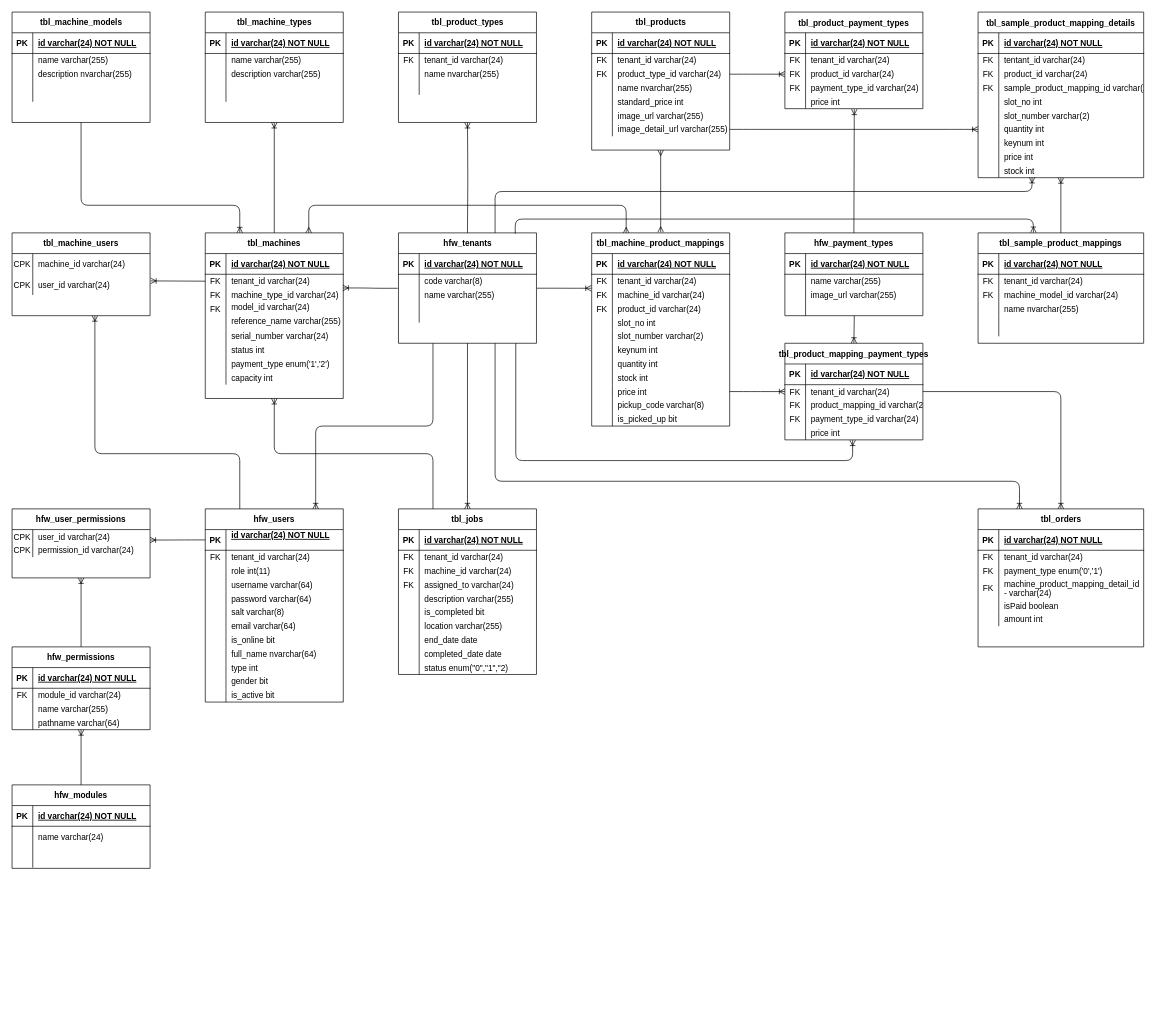
wardus3105/alphatest keeps this draw.io diagram as Untitled Diagram.drawio. Above is the earlier version. Source tidied: cells renumbered, new cells numbered last; positions are measured from the earlier drawing's top-left corner, leaving out a move shared by most shapes. Both pictures are drawn from the tidied source at 69%, with x=0, y=0 at pixel (12, 12).
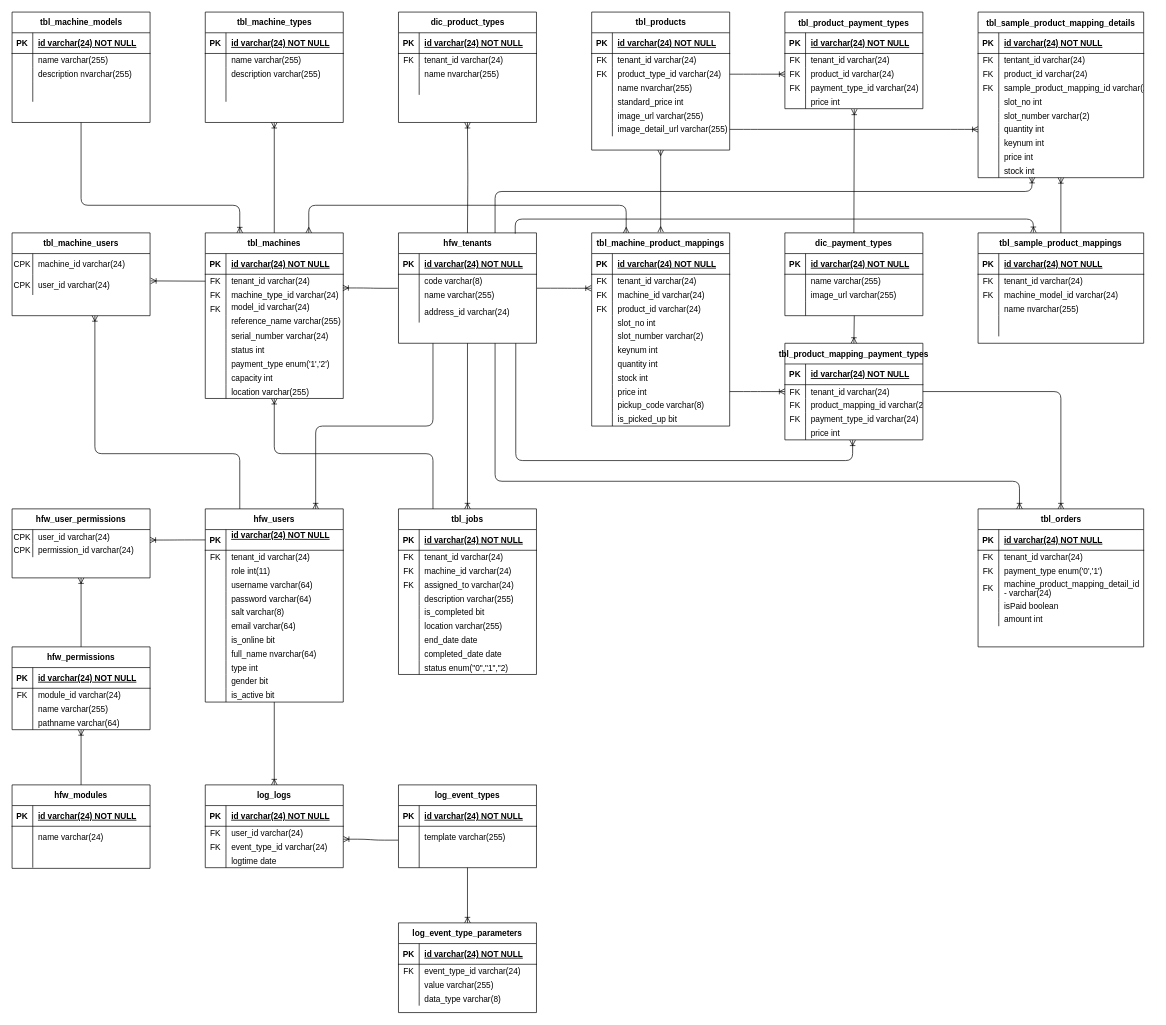
The same diagram, later.

Unchanged cells that the change refers to:
```xml
<mxCell id="2" value="tbl_machines" style="shape=table;startSize=30;childLayout=tableLayout;rowLines=0;fontStyle=1;align=center;" parent="1" vertex="1">
  <mxGeometry x="280" y="320" width="200" height="240" as="geometry" />
</mxCell>
<mxCell id="40" style="shape=partialRectangle;fillColor=none;top=0;left=0;bottom=0;right=0;" parent="30" vertex="1">
  <mxGeometry y="100" width="200" height="30" as="geometry" />
</mxCell>
<mxCell id="253" style="shape=partialRectangle;fillColor=none;top=0;left=0;bottom=0;right=0;points=[[0,0.5],[1,0.5]];portConstraint=eastwest;" parent="219" vertex="1">
  <mxGeometry y="260" width="200" height="20" as="geometry" />
</mxCell>
```

The edit, as a diff of the source:
```diff
@@
+    <mxCell id="383" style="shape=partialRectangle;fillColor=none;top=0;left=0;bottom=0;right=0;" parent="2" vertex="1">
+      <mxGeometry y="220" width="200" height="20" as="geometry" />
+    </mxCell>
+    <mxCell id="384" style="shape=partialRectangle;fillColor=none;top=0;left=0;bottom=0;right=0;overflow=hidden;" parent="383" vertex="1">
+      <mxGeometry width="30" height="20" as="geometry" />
+    </mxCell>
+    <mxCell id="385" value="location varchar(255)" style="shape=partialRectangle;fillColor=none;top=0;left=0;bottom=0;right=0;align=left;spacingLeft=6;overflow=hidden;" parent="383" vertex="1">
+      <mxGeometry x="30" width="170" height="20" as="geometry" />
+    </mxCell>
@@
-    <mxCell id="42" style="shape=partialRectangle;fillColor=none;top=0;left=0;bottom=0;right=0;align=left;spacingLeft=6;overflow=hidden;" parent="40" vertex="1">
+    <mxCell id="42" value="address_id varchar(24)" style="shape=partialRectangle;fillColor=none;top=0;left=0;bottom=0;right=0;align=left;spacingLeft=6;overflow=hidden;" parent="40" vertex="1">
       <mxGeometry x="30" width="170" height="30" as="geometry" />
     </mxCell>
@@
-    <mxCell id="91" value="tbl_product_types" style="shape=table;startSize=30;childLayout=tableLayout;rowLines=0;fontStyle=1;align=center;html=1;" parent="1" vertex="1">
+    <mxCell id="91" value="dic_product_types" style="shape=table;startSize=30;childLayout=tableLayout;rowLines=0;fontStyle=1;align=center;html=1;" parent="1" vertex="1">
       <mxGeometry x="560" width="200" height="160" as="geometry" />
     </mxCell>
@@
-    <mxCell id="270" value="hfw_payment_types" style="shape=table;startSize=30;childLayout=tableLayout;rowLines=0;fontStyle=1;align=center;" parent="1" vertex="1">
+    <mxCell id="270" value="dic_payment_types" style="shape=table;startSize=30;childLayout=tableLayout;rowLines=0;fontStyle=1;align=center;" parent="1" vertex="1">
       <mxGeometry x="1120" y="320" width="200" height="120" as="geometry" />
     </mxCell>
@@
+    <mxCell id="386" value="log_logs" style="shape=table;startSize=30;childLayout=tableLayout;rowLines=0;fontStyle=1;align=center;" parent="1" vertex="1">
+      <mxGeometry x="280" y="1120" width="200" height="120" as="geometry" />
+    </mxCell>
+    <mxCell id="387" style="shape=partialRectangle;fillColor=none;top=0;left=0;bottom=1;right=0;" parent="386" vertex="1">
+      <mxGeometry y="30" width="200" height="30" as="geometry" />
+    </mxCell>
+    <mxCell id="388" value="PK" style="shape=partialRectangle;fillColor=none;top=0;left=0;bottom=0;right=0;fontStyle=1;overflow=hidden;" parent="387" vertex="1">
+      <mxGeometry width="30" height="30" as="geometry" />
+    </mxCell>
+    <mxCell id="389" value="id varchar(24) NOT NULL" style="shape=partialRectangle;fillColor=none;top=0;left=0;bottom=0;right=0;align=left;spacingLeft=6;fontStyle=5;overflow=hidden;" parent="387" vertex="1">
+      <mxGeometry x="30" width="170" height="30" as="geometry" />
+    </mxCell>
+    <mxCell id="390" style="shape=partialRectangle;fillColor=none;top=0;left=0;bottom=0;right=0;points=[[0,0.5],[1,0.5]];portConstraint=eastwest;" parent="386" vertex="1">
+      <mxGeometry y="60" width="200" height="20" as="geometry" />
+    </mxCell>
+    <mxCell id="391" value="FK" style="shape=partialRectangle;fillColor=none;top=0;left=0;bottom=0;right=0;overflow=hidden;" parent="390" vertex="1">
+      <mxGeometry width="30" height="20" as="geometry" />
+    </mxCell>
+    <mxCell id="392" value="user_id varchar(24)" style="shape=partialRectangle;fillColor=none;top=0;left=0;bottom=0;right=0;align=left;spacingLeft=6;overflow=hidden;" parent="390" vertex="1">
+      <mxGeometry x="30" width="170" height="20" as="geometry" />
+    </mxCell>
+    <mxCell id="393" style="shape=partialRectangle;fillColor=none;top=0;left=0;bottom=0;right=0;" parent="386" vertex="1">
+      <mxGeometry y="80" width="200" height="20" as="geometry" />
+    </mxCell>
+    <mxCell id="394" value="FK" style="shape=partialRectangle;fillColor=none;top=0;left=0;bottom=0;right=0;overflow=hidden;" parent="393" vertex="1">
+      <mxGeometry width="30" height="20" as="geometry" />
+    </mxCell>
+    <mxCell id="395" value="event_type_id varchar(24)" style="shape=partialRectangle;fillColor=none;top=0;left=0;bottom=0;right=0;align=left;spacingLeft=6;overflow=hidden;" parent="393" vertex="1">
+      <mxGeometry x="30" width="170" height="20" as="geometry" />
+    </mxCell>
+    <mxCell id="396" style="shape=partialRectangle;fillColor=none;top=0;left=0;bottom=0;right=0;" parent="386" vertex="1">
+      <mxGeometry y="100" width="200" height="20" as="geometry" />
+    </mxCell>
+    <mxCell id="397" style="shape=partialRectangle;fillColor=none;top=0;left=0;bottom=0;right=0;overflow=hidden;" parent="396" vertex="1">
+      <mxGeometry width="30" height="20" as="geometry" />
+    </mxCell>
+    <mxCell id="398" value="logtime date" style="shape=partialRectangle;fillColor=none;top=0;left=0;bottom=0;right=0;align=left;spacingLeft=6;overflow=hidden;" parent="396" vertex="1">
+      <mxGeometry x="30" width="170" height="20" as="geometry" />
+    </mxCell>
+    <mxCell id="399" value="log_event_types" style="shape=table;startSize=30;childLayout=tableLayout;rowLines=0;fontStyle=1;align=center;" parent="1" vertex="1">
+      <mxGeometry x="560" y="1120" width="200" height="120" as="geometry" />
+    </mxCell>
+    <mxCell id="400" style="shape=partialRectangle;fillColor=none;top=0;left=0;bottom=1;right=0;" parent="399" vertex="1">
+      <mxGeometry y="30" width="200" height="30" as="geometry" />
+    </mxCell>
+    <mxCell id="401" value="PK" style="shape=partialRectangle;fillColor=none;top=0;left=0;bottom=0;right=0;fontStyle=1;overflow=hidden;" parent="400" vertex="1">
+      <mxGeometry width="30" height="30" as="geometry" />
+    </mxCell>
+    <mxCell id="402" value="id varchar(24) NOT NULL" style="shape=partialRectangle;fillColor=none;top=0;left=0;bottom=0;right=0;align=left;spacingLeft=6;fontStyle=5;overflow=hidden;" parent="400" vertex="1">
+      <mxGeometry x="30" width="170" height="30" as="geometry" />
+    </mxCell>
+    <mxCell id="403" style="shape=partialRectangle;fillColor=none;top=0;left=0;bottom=0;right=0;points=[[0,0.5],[1,0.5]];portConstraint=eastwest;" parent="399" vertex="1">
+      <mxGeometry y="60" width="200" height="30" as="geometry" />
+    </mxCell>
+    <mxCell id="404" style="shape=partialRectangle;fillColor=none;top=0;left=0;bottom=0;right=0;overflow=hidden;" parent="403" vertex="1">
+      <mxGeometry width="30" height="30" as="geometry" />
+    </mxCell>
+    <mxCell id="405" value="template varchar(255)" style="shape=partialRectangle;fillColor=none;top=0;left=0;bottom=0;right=0;align=left;spacingLeft=6;overflow=hidden;" parent="403" vertex="1">
+      <mxGeometry x="30" width="170" height="30" as="geometry" />
+    </mxCell>
+    <mxCell id="406" style="shape=partialRectangle;fillColor=none;top=0;left=0;bottom=0;right=0;" parent="399" vertex="1">
+      <mxGeometry y="90" width="200" height="30" as="geometry" />
+    </mxCell>
+    <mxCell id="407" style="shape=partialRectangle;fillColor=none;top=0;left=0;bottom=0;right=0;overflow=hidden;" parent="406" vertex="1">
+      <mxGeometry width="30" height="30" as="geometry" />
+    </mxCell>
+    <mxCell id="408" style="shape=partialRectangle;fillColor=none;top=0;left=0;bottom=0;right=0;align=left;spacingLeft=6;overflow=hidden;" parent="406" vertex="1">
+      <mxGeometry x="30" width="170" height="30" as="geometry" />
+    </mxCell>
+    <mxCell id="409" style="edgeStyle=entityRelationEdgeStyle;fontSize=12;html=1;endArrow=none;exitX=1.001;exitY=0.936;exitDx=0;exitDy=0;exitPerimeter=0;entryX=-0.003;entryY=0.67;entryDx=0;entryDy=0;entryPerimeter=0;startArrow=ERoneToMany;startFill=0;endFill=0;" parent="1" edge="1" source="390" target="403">
+      <mxGeometry relative="1" as="geometry" />
+    </mxCell>
+    <mxCell id="410" value="log_event_type_parameters" style="shape=table;startSize=30;childLayout=tableLayout;rowLines=0;fontStyle=1;align=center;" parent="1" vertex="1">
+      <mxGeometry x="560" y="1320" width="200" height="130" as="geometry" />
+    </mxCell>
+    <mxCell id="411" style="shape=partialRectangle;fillColor=none;top=0;left=0;bottom=1;right=0;" parent="410" vertex="1">
+      <mxGeometry y="30" width="200" height="30" as="geometry" />
+    </mxCell>
+    <mxCell id="412" value="PK" style="shape=partialRectangle;fillColor=none;top=0;left=0;bottom=0;right=0;fontStyle=1;overflow=hidden;" parent="411" vertex="1">
+      <mxGeometry width="30" height="30" as="geometry" />
+    </mxCell>
+    <mxCell id="413" value="id varchar(24) NOT NULL" style="shape=partialRectangle;fillColor=none;top=0;left=0;bottom=0;right=0;align=left;spacingLeft=6;fontStyle=5;overflow=hidden;" parent="411" vertex="1">
+      <mxGeometry x="30" width="170" height="30" as="geometry" />
+    </mxCell>
+    <mxCell id="414" style="shape=partialRectangle;fillColor=none;top=0;left=0;bottom=0;right=0;" parent="410" vertex="1">
+      <mxGeometry y="60" width="200" height="20" as="geometry" />
+    </mxCell>
+    <mxCell id="415" value="FK" style="shape=partialRectangle;fillColor=none;top=0;left=0;bottom=0;right=0;overflow=hidden;" parent="414" vertex="1">
+      <mxGeometry width="30" height="20" as="geometry" />
+    </mxCell>
+    <mxCell id="416" value="event_type_id varchar(24)" style="shape=partialRectangle;fillColor=none;top=0;left=0;bottom=0;right=0;align=left;spacingLeft=6;overflow=hidden;" parent="414" vertex="1">
+      <mxGeometry x="30" width="170" height="20" as="geometry" />
+    </mxCell>
+    <mxCell id="417" style="shape=partialRectangle;fillColor=none;top=0;left=0;bottom=0;right=0;" parent="410" vertex="1">
+      <mxGeometry y="80" width="200" height="20" as="geometry" />
+    </mxCell>
+    <mxCell id="418" style="shape=partialRectangle;fillColor=none;top=0;left=0;bottom=0;right=0;overflow=hidden;" parent="417" vertex="1">
+      <mxGeometry width="30" height="20" as="geometry" />
+    </mxCell>
+    <mxCell id="419" value="value varchar(255)" style="shape=partialRectangle;fillColor=none;top=0;left=0;bottom=0;right=0;align=left;spacingLeft=6;overflow=hidden;" parent="417" vertex="1">
+      <mxGeometry x="30" width="170" height="20" as="geometry" />
+    </mxCell>
+    <mxCell id="420" style="shape=partialRectangle;fillColor=none;top=0;left=0;bottom=0;right=0;" parent="410" vertex="1">
+      <mxGeometry y="100" width="200" height="20" as="geometry" />
+    </mxCell>
+    <mxCell id="421" style="shape=partialRectangle;fillColor=none;top=0;left=0;bottom=0;right=0;overflow=hidden;" parent="420" vertex="1">
+      <mxGeometry width="30" height="20" as="geometry" />
+    </mxCell>
+    <mxCell id="422" value="data_type varchar(8)" style="shape=partialRectangle;fillColor=none;top=0;left=0;bottom=0;right=0;align=left;spacingLeft=6;overflow=hidden;" parent="420" vertex="1">
+      <mxGeometry x="30" width="170" height="20" as="geometry" />
+    </mxCell>
+    <mxCell id="423" style="fontSize=12;html=1;endArrow=ERoneToMany;entryX=0.5;entryY=0;entryDx=0;entryDy=0;" parent="1" edge="1" target="410">
+      <mxGeometry relative="1" as="geometry">
+        <mxPoint x="660" y="1240" as="sourcePoint" />
+      </mxGeometry>
+    </mxCell>
+    <mxCell id="424" style="fontSize=12;html=1;endArrow=ERoneToMany;entryX=0.5;entryY=0;entryDx=0;entryDy=0;" parent="1" edge="1" source="253" target="386">
+      <mxGeometry relative="1" as="geometry" />
+    </mxCell>
```
